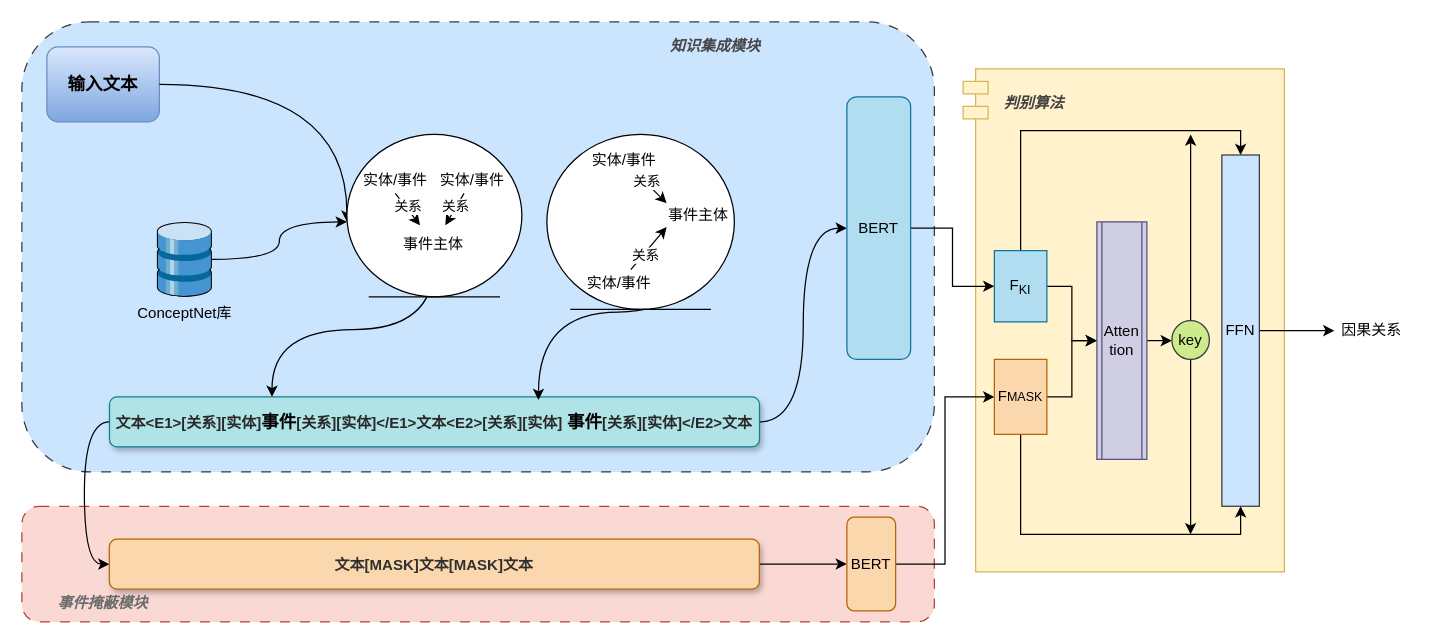
Before: page "模糊结构图" (2 of 14) of 2.drawio in JiaXinLI98/myProject, a draw.io diagram. Source tidied: cells renumbered, new cells numbered last; positions are measured from the earlier drawing's top-left corner, leaving out a move shared by most shapes. Both pictures are drawn from the tidied source at 125%, with x=0, y=0 at pixel (21, 21).
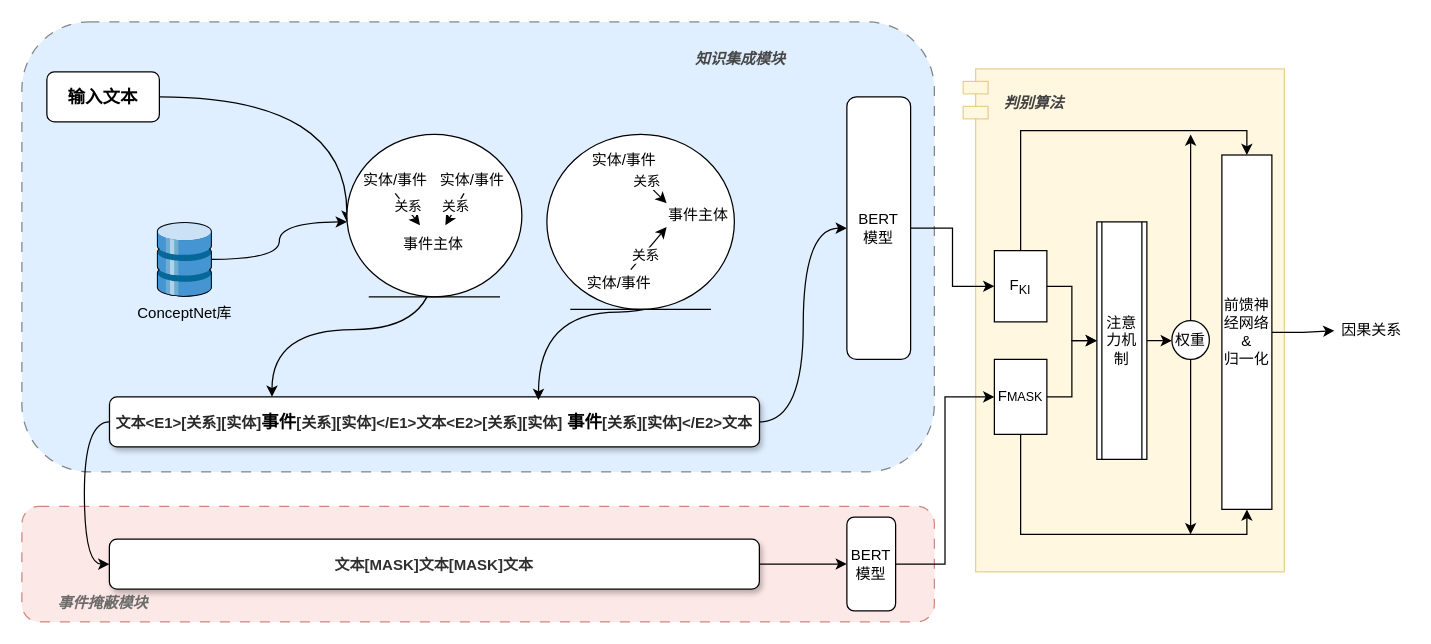
After the change.

What changed in the source:
```diff
@@
-    <mxCell id="2" style="rounded=1;whiteSpace=wrap;html=1;dashed=1;dashPattern=8 8;fillColor=#fad9d5;strokeColor=#ae4132;" parent="1" vertex="1">
+    <mxCell id="2" style="rounded=1;whiteSpace=wrap;html=1;dashed=1;dashPattern=8 8;fillColor=#fad9d5;strokeColor=#ae4132;opacity=60;" parent="1" vertex="1">
       <mxGeometry y="387.5" width="730" height="92.5" as="geometry" />
     </mxCell>
-    <mxCell id="3" style="rounded=1;whiteSpace=wrap;html=1;dashed=1;dashPattern=8 8;fillColor=#cce5ff;strokeColor=#36393d;" parent="1" vertex="1">
+    <mxCell id="3" style="rounded=1;whiteSpace=wrap;html=1;dashed=1;dashPattern=8 8;fillColor=#cce5ff;strokeColor=#36393d;opacity=60;" parent="1" vertex="1">
       <mxGeometry width="730" height="360" as="geometry" />
     </mxCell>
-    <mxCell id="4" value="输入文本" style="fillColor=#dae8fc;strokecolor=none;rounded=1;strokeColor=#6c8ebf;fontStyle=1;fontSize=14;whiteSpace=wrap;html=1;gradientColor=#7ea6e0;" parent="1" vertex="1">
-      <mxGeometry x="20" y="20" width="90" height="60" as="geometry" />
+    <mxCell id="4" value="输入文本" style="strokecolor=none;rounded=1;fontStyle=1;fontSize=14;whiteSpace=wrap;html=1;" parent="1" vertex="1">
+      <mxGeometry x="20" y="40" width="90" height="40" as="geometry" />
     </mxCell>
@@
-    <mxCell id="12" value="&lt;font color=&quot;#292929&quot; style=&quot;font-size: 12px;&quot;&gt;文本&amp;lt;E1&amp;gt;[关系][实体]&lt;/font&gt;事件&lt;font color=&quot;#292929&quot; style=&quot;font-size: 12px;&quot;&gt;[关系][实体]&amp;lt;/E1&amp;gt;文本&amp;lt;E2&amp;gt;[关系][实体]&lt;/font&gt;&amp;nbsp;事件&lt;font color=&quot;#292929&quot; style=&quot;font-size: 12px;&quot;&gt;[关系][实体]&amp;lt;/E2&amp;gt;文本&lt;/font&gt;" style="fillColor=#b0e3e6;strokecolor=none;rounded=1;strokeColor=#0e8088;fontStyle=1;fontSize=14;whiteSpace=wrap;html=1;shadow=1;glass=0;" parent="1" vertex="1">
+    <mxCell id="12" value="&lt;font color=&quot;#292929&quot; style=&quot;font-size: 12px;&quot;&gt;文本&amp;lt;E1&amp;gt;[关系][实体]&lt;/font&gt;事件&lt;font color=&quot;#292929&quot; style=&quot;font-size: 12px;&quot;&gt;[关系][实体]&amp;lt;/E1&amp;gt;文本&amp;lt;E2&amp;gt;[关系][实体]&lt;/font&gt;&amp;nbsp;事件&lt;font color=&quot;#292929&quot; style=&quot;font-size: 12px;&quot;&gt;[关系][实体]&amp;lt;/E2&amp;gt;文本&lt;/font&gt;" style="strokecolor=none;rounded=1;fontStyle=1;fontSize=14;whiteSpace=wrap;html=1;shadow=1;glass=0;" parent="1" vertex="1">
       <mxGeometry x="70.1" y="300" width="520" height="40" as="geometry" />
     </mxCell>
@@
-    <mxCell id="35" style="shape=module;align=left;spacingLeft=20;align=center;verticalAlign=top;whiteSpace=wrap;html=1;fillColor=#fff2cc;strokeColor=#d6b656;" parent="1" vertex="1">
+    <mxCell id="35" style="shape=module;align=left;spacingLeft=20;align=center;verticalAlign=top;whiteSpace=wrap;html=1;fillColor=#fff2cc;strokeColor=#d6b656;opacity=60;" parent="1" vertex="1">
       <mxGeometry x="753" y="37.5" width="257" height="402.5" as="geometry" />
     </mxCell>
@@
-    <mxCell id="37" value="BERT" style="rounded=1;whiteSpace=wrap;html=1;fillColor=#b1ddf0;strokeColor=#10739e;" parent="1" vertex="1">
+    <mxCell id="37" value="BERT&lt;br&gt;模型" style="rounded=1;whiteSpace=wrap;html=1;" parent="1" vertex="1">
       <mxGeometry x="660" y="60" width="51" height="210" as="geometry" />
     </mxCell>
@@
-    <mxCell id="39" value="&lt;font color=&quot;#303030&quot; style=&quot;font-size: 12px;&quot;&gt;文本[MASK]文本[MASK]文本&lt;/font&gt;" style="fillColor=#fad7ac;strokecolor=none;rounded=1;strokeColor=#b46504;fontStyle=1;fontSize=14;whiteSpace=wrap;html=1;shadow=1;" parent="1" vertex="1">
+    <mxCell id="39" value="&lt;font color=&quot;#303030&quot; style=&quot;font-size: 12px;&quot;&gt;文本[MASK]文本[MASK]文本&lt;/font&gt;" style="strokecolor=none;rounded=1;fontStyle=1;fontSize=14;whiteSpace=wrap;html=1;shadow=1;" parent="1" vertex="1">
       <mxGeometry x="70" y="413.8" width="520" height="40" as="geometry" />
     </mxCell>
     <mxCell id="40" value="&lt;b&gt;&lt;i&gt;&lt;font color=&quot;#474747&quot;&gt;知识集成模块&lt;/font&gt;&lt;/i&gt;&lt;/b&gt;" style="text;html=1;strokeColor=none;fillColor=none;align=center;verticalAlign=middle;whiteSpace=wrap;rounded=0;" parent="1" vertex="1">
-      <mxGeometry x="510" y="10" width="90" height="20" as="geometry" />
+      <mxGeometry x="530" y="20" width="90" height="20" as="geometry" />
     </mxCell>
@@
-    <mxCell id="44" value="BERT" style="rounded=1;whiteSpace=wrap;html=1;fillColor=#fad7ac;strokeColor=#b46504;" parent="1" vertex="1">
+    <mxCell id="44" value="BERT&lt;br&gt;模型" style="rounded=1;whiteSpace=wrap;html=1;" parent="1" vertex="1">
       <mxGeometry x="660" y="396.2" width="39" height="75" as="geometry" />
     </mxCell>
@@
-    <mxCell id="46" value="Atten&lt;br&gt;tion" style="shape=process;whiteSpace=wrap;html=1;backgroundOutline=1;fillColor=#d0cee2;strokeColor=#56517e;" parent="1" vertex="1">
+    <mxCell id="46" value="注意力机制" style="shape=process;whiteSpace=wrap;html=1;backgroundOutline=1;" parent="1" vertex="1">
       <mxGeometry x="860" y="160" width="40" height="190" as="geometry" />
     </mxCell>
@@
-    <mxCell id="49" value="key" style="ellipse;whiteSpace=wrap;html=1;fillColor=#cdeb8b;strokeColor=#36393d;" parent="1" vertex="1">
+    <mxCell id="49" value="权重" style="ellipse;whiteSpace=wrap;html=1;" parent="1" vertex="1">
       <mxGeometry x="920" y="239" width="30" height="31" as="geometry" />
     </mxCell>
@@
     <mxCell id="51" style="edgeStyle=orthogonalEdgeStyle;rounded=0;jettySize=auto;html=1;entryX=0.5;entryY=0;entryDx=0;entryDy=0;" parent="1" edge="1" source="52" target="57">
       <mxGeometry relative="1" as="geometry">
         <Array as="points">
           <mxPoint x="799" y="87" />
-          <mxPoint x="975" y="87" />
+          <mxPoint x="980" y="87" />
         </Array>
       </mxGeometry>
     </mxCell>
-    <mxCell id="52" value="F&lt;sub&gt;KI&lt;/sub&gt;" style="rounded=0;whiteSpace=wrap;html=1;fillColor=#b1ddf0;strokeColor=#10739e;" parent="1" vertex="1">
+    <mxCell id="52" value="F&lt;sub&gt;KI&lt;/sub&gt;" style="rounded=0;whiteSpace=wrap;html=1;" parent="1" vertex="1">
       <mxGeometry x="778" y="183" width="42" height="57" as="geometry" />
     </mxCell>
@@
     <mxCell id="54" style="rounded=0;jettySize=auto;html=1;entryX=0.5;entryY=1;entryDx=0;entryDy=0;edgeStyle=orthogonalEdgeStyle;exitX=0.5;exitY=1;exitDx=0;exitDy=0;" parent="1" edge="1" source="55" target="57">
       <mxGeometry relative="1" as="geometry">
         <Array as="points">
           <mxPoint x="799" y="410" />
-          <mxPoint x="975" y="410" />
+          <mxPoint x="980" y="410" />
         </Array>
       </mxGeometry>
     </mxCell>
-    <mxCell id="55" value="F&lt;span style=&quot;font-size: 10px;&quot;&gt;MASK&lt;/span&gt;" style="rounded=0;whiteSpace=wrap;html=1;fillColor=#fad7ac;strokeColor=#b46504;" parent="1" vertex="1">
+    <mxCell id="55" value="F&lt;span style=&quot;font-size: 10px;&quot;&gt;MASK&lt;/span&gt;" style="rounded=0;whiteSpace=wrap;html=1;" parent="1" vertex="1">
       <mxGeometry x="778" y="270" width="42" height="60" as="geometry" />
     </mxCell>
@@
-    <mxCell id="57" value="FFN" style="rounded=0;whiteSpace=wrap;html=1;fillColor=#cce5ff;strokeColor=#36393d;" parent="1" vertex="1">
-      <mxGeometry x="960" y="106.5" width="30" height="281" as="geometry" />
+    <mxCell id="57" value="前馈神经网络&amp;amp;&lt;br&gt;归一化" style="rounded=0;whiteSpace=wrap;html=1;" parent="1" vertex="1">
+      <mxGeometry x="960" y="106.5" width="40" height="283.5" as="geometry" />
     </mxCell>
```
